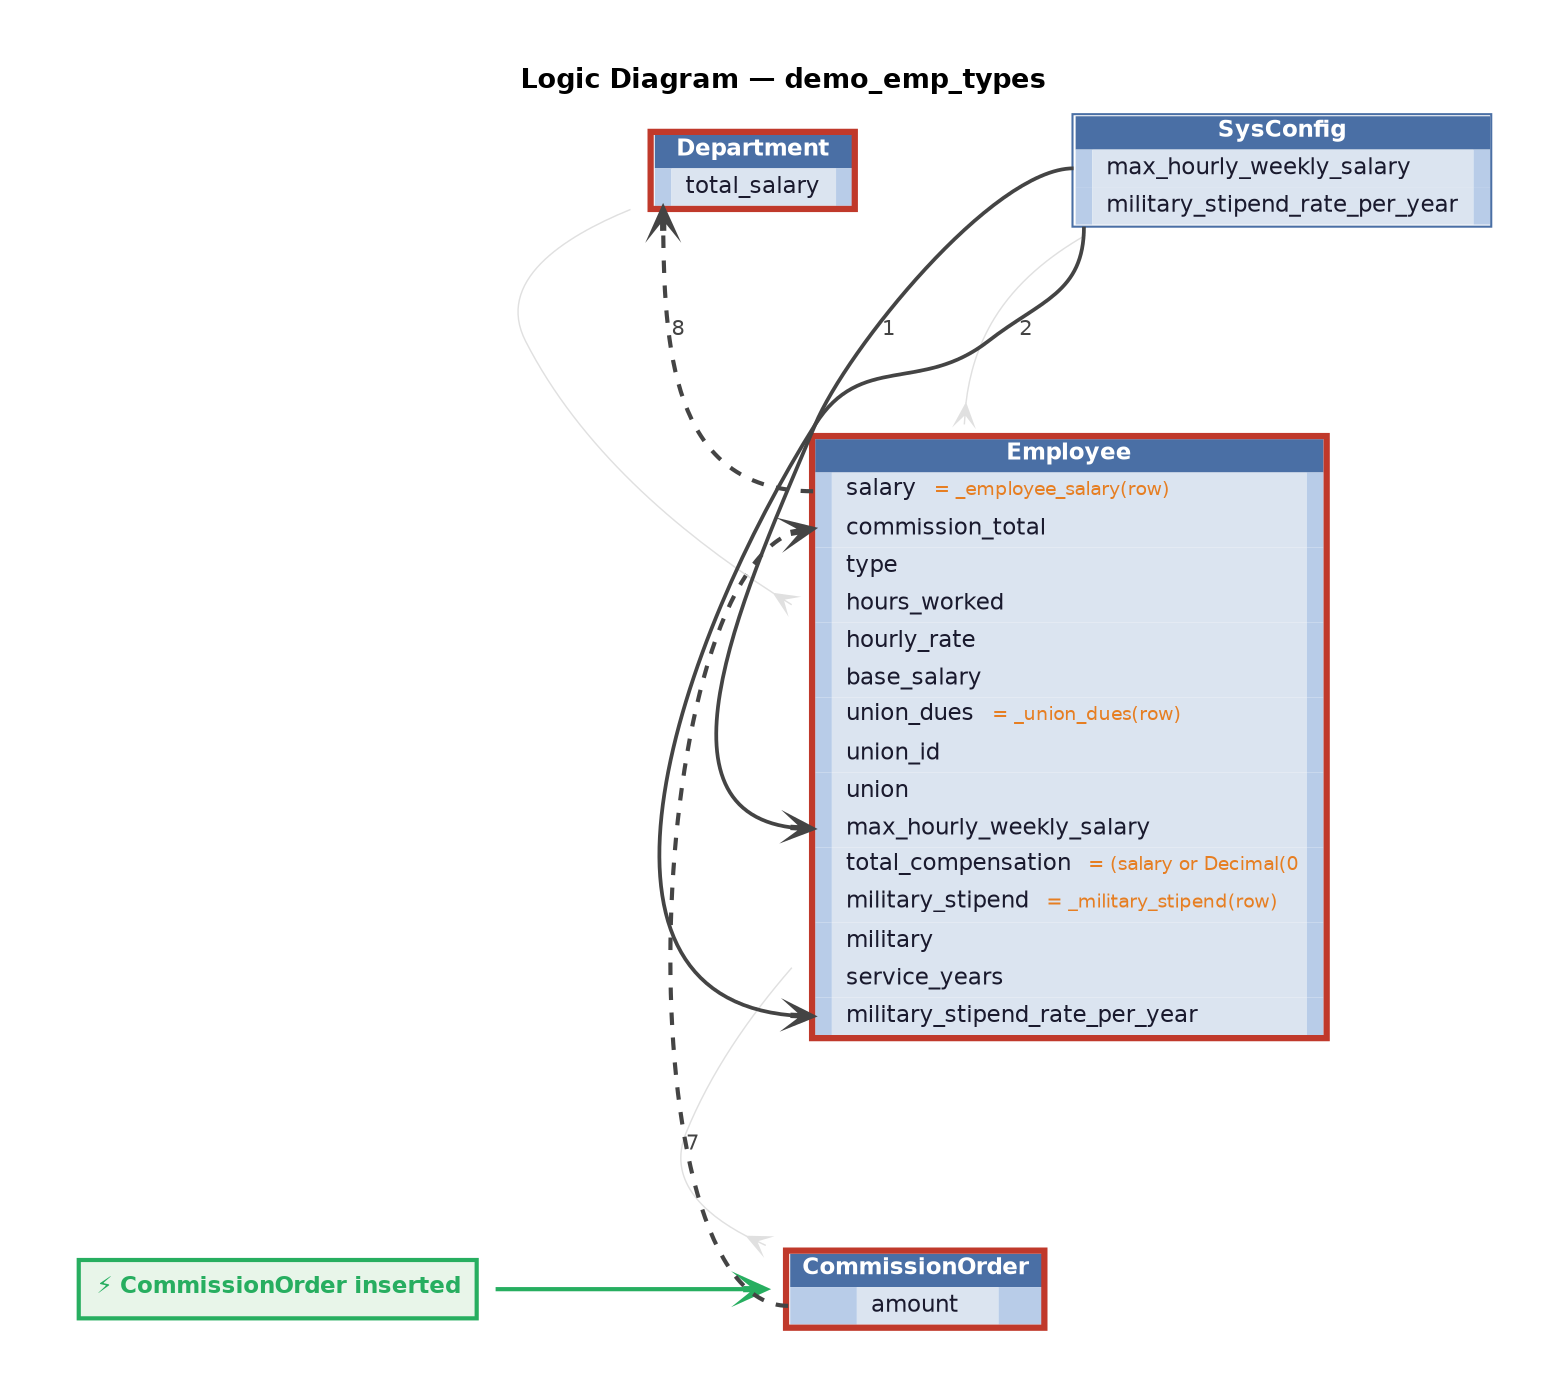
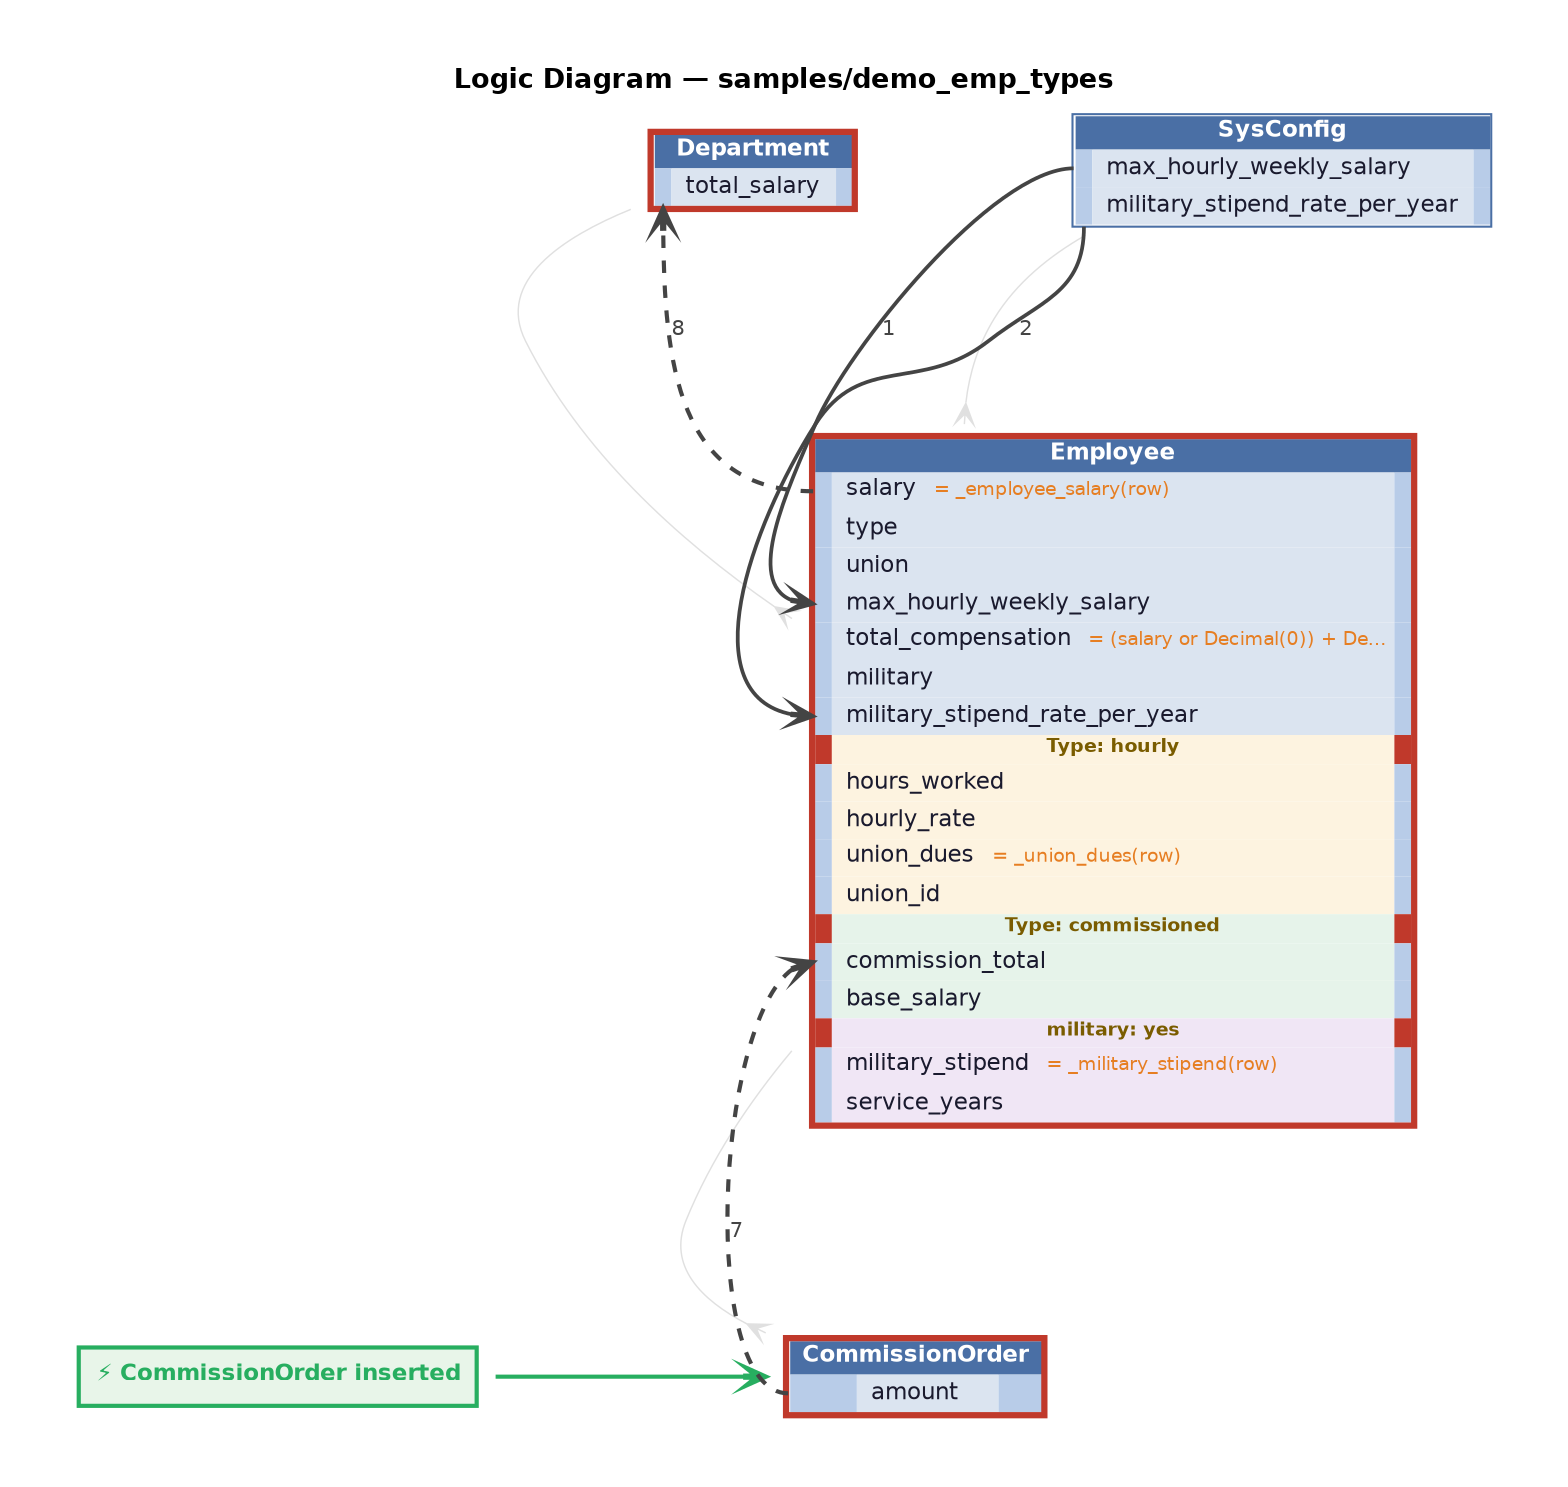
digraph logic {
  graph [rankdir=TB, fontname="Helvetica", fontsize=13,
-          label=<<B>Logic Diagram — demo_emp_types</B>>, labelloc=t,
+          label=<<B>Logic Diagram — samples/demo_emp_types</B>>, labelloc=t,
         pad=0.4, nodesep=0.90, ranksep=1.10, bgcolor="white",
         splines=spline]
  node  [fontname="Helvetica", fontsize=11, shape=plaintext]
  edge  [fontname="Helvetica", fontsize=10]

  // ── trigger ─────────────────────────────────────────────────────
  TRIGGER [label=<<TABLE BORDER="2" CELLBORDER="0" CELLPADDING="5" BGCOLOR="#e8f5e9" COLOR="#27ae60"><TR><TD><FONT COLOR="#27ae60"><B>&#9889; CommissionOrder inserted</B></FONT></TD></TR></TABLE>>, shape=plaintext]

  // ── schema layer ──────────────────────────────────────────────────
  CommissionOrder [label=<<TABLE BORDER="3" CELLBORDER="0" CELLSPACING="0" COLOR="#c0392b"><TR><TD COLSPAN="3" BGCOLOR="#4a6fa5"><FONT COLOR="white"><B> CommissionOrder </B></FONT></TD></TR><TR><TD PORT="CommissionOrder_amount_w" WIDTH="6" HEIGHT="18" BGCOLOR="#b8cce8"> </TD><TD PORT="CommissionOrder_amount" ALIGN="LEFT" BGCOLOR="#dbe4f0" CELLPADDING="3"><FONT COLOR="#1a1a2e"> amount </FONT></TD><TD PORT="CommissionOrder_amount_e" WIDTH="6" HEIGHT="18" BGCOLOR="#b8cce8"> </TD></TR></TABLE>>]
  Department [label=<<TABLE BORDER="3" CELLBORDER="0" CELLSPACING="0" COLOR="#c0392b"><TR><TD COLSPAN="3" BGCOLOR="#4a6fa5"><FONT COLOR="white"><B> Department </B></FONT></TD></TR><TR><TD PORT="Department_total_salary_w" WIDTH="6" HEIGHT="18" BGCOLOR="#b8cce8"> </TD><TD PORT="Department_total_salary" ALIGN="LEFT" BGCOLOR="#dbe4f0" CELLPADDING="3"><FONT COLOR="#1a1a2e"> total_salary </FONT></TD><TD PORT="Department_total_salary_e" WIDTH="6" HEIGHT="18" BGCOLOR="#b8cce8"> </TD></TR></TABLE>>]
-   Employee [label=<<TABLE BORDER="3" CELLBORDER="0" CELLSPACING="0" COLOR="#c0392b"><TR><TD COLSPAN="3" BGCOLOR="#4a6fa5"><FONT COLOR="white"><B> Employee </B></FONT></TD></TR><TR><TD PORT="Employee_salary_w" WIDTH="6" HEIGHT="18" BGCOLOR="#b8cce8"> </TD><TD PORT="Employee_salary" ALIGN="LEFT" BGCOLOR="#dbe4f0" CELLPADDING="3"><FONT COLOR="#1a1a2e"> salary </FONT> <FONT COLOR="#e67e22" POINT-SIZE="9">= _employee_salary(row)</FONT></TD><TD PORT="Employee_salary_e" WIDTH="6" HEIGHT="18" BGCOLOR="#b8cce8"> </TD></TR><TR><TD PORT="Employee_commission_total_w" WIDTH="6" HEIGHT="18" BGCOLOR="#b8cce8"> </TD><TD PORT="Employee_commission_total" ALIGN="LEFT" BGCOLOR="#dbe4f0" CELLPADDING="3"><FONT COLOR="#1a1a2e"> commission_total </FONT></TD><TD PORT="Employee_commission_total_e" WIDTH="6" HEIGHT="18" BGCOLOR="#b8cce8"> </TD></TR><TR><TD PORT="Employee_type_w" WIDTH="6" HEIGHT="18" BGCOLOR="#b8cce8"> </TD><TD PORT="Employee_type" ALIGN="LEFT" BGCOLOR="#dbe4f0" CELLPADDING="3"><FONT COLOR="#1a1a2e"> type </FONT></TD><TD PORT="Employee_type_e" WIDTH="6" HEIGHT="18" BGCOLOR="#b8cce8"> </TD></TR><TR><TD PORT="Employee_hours_worked_w" WIDTH="6" HEIGHT="18" BGCOLOR="#b8cce8"> </TD><TD PORT="Employee_hours_worked" ALIGN="LEFT" BGCOLOR="#dbe4f0" CELLPADDING="3"><FONT COLOR="#1a1a2e"> hours_worked </FONT></TD><TD PORT="Employee_hours_worked_e" WIDTH="6" HEIGHT="18" BGCOLOR="#b8cce8"> </TD></TR><TR><TD PORT="Employee_hourly_rate_w" WIDTH="6" HEIGHT="18" BGCOLOR="#b8cce8"> </TD><TD PORT="Employee_hourly_rate" ALIGN="LEFT" BGCOLOR="#dbe4f0" CELLPADDING="3"><FONT COLOR="#1a1a2e"> hourly_rate </FONT></TD><TD PORT="Employee_hourly_rate_e" WIDTH="6" HEIGHT="18" BGCOLOR="#b8cce8"> </TD></TR><TR><TD PORT="Employee_base_salary_w" WIDTH="6" HEIGHT="18" BGCOLOR="#b8cce8"> </TD><TD PORT="Employee_base_salary" ALIGN="LEFT" BGCOLOR="#dbe4f0" CELLPADDING="3"><FONT COLOR="#1a1a2e"> base_salary </FONT></TD><TD PORT="Employee_base_salary_e" WIDTH="6" HEIGHT="18" BGCOLOR="#b8cce8"> </TD></TR><TR><TD PORT="Employee_union_dues_w" WIDTH="6" HEIGHT="18" BGCOLOR="#b8cce8"> </TD><TD PORT="Employee_union_dues" ALIGN="LEFT" BGCOLOR="#dbe4f0" CELLPADDING="3"><FONT COLOR="#1a1a2e"> union_dues </FONT> <FONT COLOR="#e67e22" POINT-SIZE="9">= _union_dues(row)</FONT></TD><TD PORT="Employee_union_dues_e" WIDTH="6" HEIGHT="18" BGCOLOR="#b8cce8"> </TD></TR><TR><TD PORT="Employee_union_id_w" WIDTH="6" HEIGHT="18" BGCOLOR="#b8cce8"> </TD><TD PORT="Employee_union_id" ALIGN="LEFT" BGCOLOR="#dbe4f0" CELLPADDING="3"><FONT COLOR="#1a1a2e"> union_id </FONT></TD><TD PORT="Employee_union_id_e" WIDTH="6" HEIGHT="18" BGCOLOR="#b8cce8"> </TD></TR><TR><TD PORT="Employee_union_w" WIDTH="6" HEIGHT="18" BGCOLOR="#b8cce8"> </TD><TD PORT="Employee_union" ALIGN="LEFT" BGCOLOR="#dbe4f0" CELLPADDING="3"><FONT COLOR="#1a1a2e"> union </FONT></TD><TD PORT="Employee_union_e" WIDTH="6" HEIGHT="18" BGCOLOR="#b8cce8"> </TD></TR><TR><TD PORT="Employee_max_hourly_weekly_salary_w" WIDTH="6" HEIGHT="18" BGCOLOR="#b8cce8"> </TD><TD PORT="Employee_max_hourly_weekly_salary" ALIGN="LEFT" BGCOLOR="#dbe4f0" CELLPADDING="3"><FONT COLOR="#1a1a2e"> max_hourly_weekly_salary </FONT></TD><TD PORT="Employee_max_hourly_weekly_salary_e" WIDTH="6" HEIGHT="18" BGCOLOR="#b8cce8"> </TD></TR><TR><TD PORT="Employee_total_compensation_w" WIDTH="6" HEIGHT="18" BGCOLOR="#b8cce8"> </TD><TD PORT="Employee_total_compensation" ALIGN="LEFT" BGCOLOR="#dbe4f0" CELLPADDING="3"><FONT COLOR="#1a1a2e"> total_compensation </FONT> <FONT COLOR="#e67e22" POINT-SIZE="9">= (salary or Decimal(0</FONT></TD><TD PORT="Employee_total_compensation_e" WIDTH="6" HEIGHT="18" BGCOLOR="#b8cce8"> </TD></TR><TR><TD PORT="Employee_military_stipend_w" WIDTH="6" HEIGHT="18" BGCOLOR="#b8cce8"> </TD><TD PORT="Employee_military_stipend" ALIGN="LEFT" BGCOLOR="#dbe4f0" CELLPADDING="3"><FONT COLOR="#1a1a2e"> military_stipend </FONT> <FONT COLOR="#e67e22" POINT-SIZE="9">= _military_stipend(row)</FONT></TD><TD PORT="Employee_military_stipend_e" WIDTH="6" HEIGHT="18" BGCOLOR="#b8cce8"> </TD></TR><TR><TD PORT="Employee_military_w" WIDTH="6" HEIGHT="18" BGCOLOR="#b8cce8"> </TD><TD PORT="Employee_military" ALIGN="LEFT" BGCOLOR="#dbe4f0" CELLPADDING="3"><FONT COLOR="#1a1a2e"> military </FONT></TD><TD PORT="Employee_military_e" WIDTH="6" HEIGHT="18" BGCOLOR="#b8cce8"> </TD></TR><TR><TD PORT="Employee_service_years_w" WIDTH="6" HEIGHT="18" BGCOLOR="#b8cce8"> </TD><TD PORT="Employee_service_years" ALIGN="LEFT" BGCOLOR="#dbe4f0" CELLPADDING="3"><FONT COLOR="#1a1a2e"> service_years </FONT></TD><TD PORT="Employee_service_years_e" WIDTH="6" HEIGHT="18" BGCOLOR="#b8cce8"> </TD></TR><TR><TD PORT="Employee_military_stipend_rate_per_year_w" WIDTH="6" HEIGHT="18" BGCOLOR="#b8cce8"> </TD><TD PORT="Employee_military_stipend_rate_per_year" ALIGN="LEFT" BGCOLOR="#dbe4f0" CELLPADDING="3"><FONT COLOR="#1a1a2e"> military_stipend_rate_per_year </FONT></TD><TD PORT="Employee_military_stipend_rate_per_year_e" WIDTH="6" HEIGHT="18" BGCOLOR="#b8cce8"> </TD></TR></TABLE>>]
+   Employee [label=<<TABLE BORDER="3" CELLBORDER="0" CELLSPACING="0" COLOR="#c0392b"><TR><TD COLSPAN="3" BGCOLOR="#4a6fa5"><FONT COLOR="white"><B> Employee </B></FONT></TD></TR><TR><TD PORT="Employee_salary_w" WIDTH="6" HEIGHT="18" BGCOLOR="#b8cce8"> </TD><TD PORT="Employee_salary" ALIGN="LEFT" BGCOLOR="#dbe4f0" CELLPADDING="3"><FONT COLOR="#1a1a2e"> salary </FONT> <FONT COLOR="#e67e22" POINT-SIZE="9">= _employee_salary(row)</FONT></TD><TD PORT="Employee_salary_e" WIDTH="6" HEIGHT="18" BGCOLOR="#b8cce8"> </TD></TR><TR><TD PORT="Employee_type_w" WIDTH="6" HEIGHT="18" BGCOLOR="#b8cce8"> </TD><TD PORT="Employee_type" ALIGN="LEFT" BGCOLOR="#dbe4f0" CELLPADDING="3"><FONT COLOR="#1a1a2e"> type </FONT></TD><TD PORT="Employee_type_e" WIDTH="6" HEIGHT="18" BGCOLOR="#b8cce8"> </TD></TR><TR><TD PORT="Employee_union_w" WIDTH="6" HEIGHT="18" BGCOLOR="#b8cce8"> </TD><TD PORT="Employee_union" ALIGN="LEFT" BGCOLOR="#dbe4f0" CELLPADDING="3"><FONT COLOR="#1a1a2e"> union </FONT></TD><TD PORT="Employee_union_e" WIDTH="6" HEIGHT="18" BGCOLOR="#b8cce8"> </TD></TR><TR><TD PORT="Employee_max_hourly_weekly_salary_w" WIDTH="6" HEIGHT="18" BGCOLOR="#b8cce8"> </TD><TD PORT="Employee_max_hourly_weekly_salary" ALIGN="LEFT" BGCOLOR="#dbe4f0" CELLPADDING="3"><FONT COLOR="#1a1a2e"> max_hourly_weekly_salary </FONT></TD><TD PORT="Employee_max_hourly_weekly_salary_e" WIDTH="6" HEIGHT="18" BGCOLOR="#b8cce8"> </TD></TR><TR><TD PORT="Employee_total_compensation_w" WIDTH="6" HEIGHT="18" BGCOLOR="#b8cce8"> </TD><TD PORT="Employee_total_compensation" ALIGN="LEFT" BGCOLOR="#dbe4f0" CELLPADDING="3"><FONT COLOR="#1a1a2e"> total_compensation </FONT> <FONT COLOR="#e67e22" POINT-SIZE="9">= (salary or Decimal(0)) + De...</FONT></TD><TD PORT="Employee_total_compensation_e" WIDTH="6" HEIGHT="18" BGCOLOR="#b8cce8"> </TD></TR><TR><TD PORT="Employee_military_w" WIDTH="6" HEIGHT="18" BGCOLOR="#b8cce8"> </TD><TD PORT="Employee_military" ALIGN="LEFT" BGCOLOR="#dbe4f0" CELLPADDING="3"><FONT COLOR="#1a1a2e"> military </FONT></TD><TD PORT="Employee_military_e" WIDTH="6" HEIGHT="18" BGCOLOR="#b8cce8"> </TD></TR><TR><TD PORT="Employee_military_stipend_rate_per_year_w" WIDTH="6" HEIGHT="18" BGCOLOR="#b8cce8"> </TD><TD PORT="Employee_military_stipend_rate_per_year" ALIGN="LEFT" BGCOLOR="#dbe4f0" CELLPADDING="3"><FONT COLOR="#1a1a2e"> military_stipend_rate_per_year </FONT></TD><TD PORT="Employee_military_stipend_rate_per_year_e" WIDTH="6" HEIGHT="18" BGCOLOR="#b8cce8"> </TD></TR><TR><TD BGCOLOR="#c0392b"></TD><TD BGCOLOR="#fdf3e0" CELLPADDING="2"><FONT COLOR="#7a5c00" POINT-SIZE="9"><B> Type: hourly </B></FONT></TD><TD BGCOLOR="#c0392b"></TD></TR><TR><TD PORT="Employee_hours_worked_w" WIDTH="6" HEIGHT="18" BGCOLOR="#b8cce8"> </TD><TD PORT="Employee_hours_worked" ALIGN="LEFT" BGCOLOR="#fdf3e0" CELLPADDING="3"><FONT COLOR="#1a1a2e"> hours_worked </FONT></TD><TD PORT="Employee_hours_worked_e" WIDTH="6" HEIGHT="18" BGCOLOR="#b8cce8"> </TD></TR><TR><TD PORT="Employee_hourly_rate_w" WIDTH="6" HEIGHT="18" BGCOLOR="#b8cce8"> </TD><TD PORT="Employee_hourly_rate" ALIGN="LEFT" BGCOLOR="#fdf3e0" CELLPADDING="3"><FONT COLOR="#1a1a2e"> hourly_rate </FONT></TD><TD PORT="Employee_hourly_rate_e" WIDTH="6" HEIGHT="18" BGCOLOR="#b8cce8"> </TD></TR><TR><TD PORT="Employee_union_dues_w" WIDTH="6" HEIGHT="18" BGCOLOR="#b8cce8"> </TD><TD PORT="Employee_union_dues" ALIGN="LEFT" BGCOLOR="#fdf3e0" CELLPADDING="3"><FONT COLOR="#1a1a2e"> union_dues </FONT> <FONT COLOR="#e67e22" POINT-SIZE="9">= _union_dues(row)</FONT></TD><TD PORT="Employee_union_dues_e" WIDTH="6" HEIGHT="18" BGCOLOR="#b8cce8"> </TD></TR><TR><TD PORT="Employee_union_id_w" WIDTH="6" HEIGHT="18" BGCOLOR="#b8cce8"> </TD><TD PORT="Employee_union_id" ALIGN="LEFT" BGCOLOR="#fdf3e0" CELLPADDING="3"><FONT COLOR="#1a1a2e"> union_id </FONT></TD><TD PORT="Employee_union_id_e" WIDTH="6" HEIGHT="18" BGCOLOR="#b8cce8"> </TD></TR><TR><TD BGCOLOR="#c0392b"></TD><TD BGCOLOR="#e6f3ea" CELLPADDING="2"><FONT COLOR="#7a5c00" POINT-SIZE="9"><B> Type: commissioned </B></FONT></TD><TD BGCOLOR="#c0392b"></TD></TR><TR><TD PORT="Employee_commission_total_w" WIDTH="6" HEIGHT="18" BGCOLOR="#b8cce8"> </TD><TD PORT="Employee_commission_total" ALIGN="LEFT" BGCOLOR="#e6f3ea" CELLPADDING="3"><FONT COLOR="#1a1a2e"> commission_total </FONT></TD><TD PORT="Employee_commission_total_e" WIDTH="6" HEIGHT="18" BGCOLOR="#b8cce8"> </TD></TR><TR><TD PORT="Employee_base_salary_w" WIDTH="6" HEIGHT="18" BGCOLOR="#b8cce8"> </TD><TD PORT="Employee_base_salary" ALIGN="LEFT" BGCOLOR="#e6f3ea" CELLPADDING="3"><FONT COLOR="#1a1a2e"> base_salary </FONT></TD><TD PORT="Employee_base_salary_e" WIDTH="6" HEIGHT="18" BGCOLOR="#b8cce8"> </TD></TR><TR><TD BGCOLOR="#c0392b"></TD><TD BGCOLOR="#f0e6f5" CELLPADDING="2"><FONT COLOR="#7a5c00" POINT-SIZE="9"><B> military: yes </B></FONT></TD><TD BGCOLOR="#c0392b"></TD></TR><TR><TD PORT="Employee_military_stipend_w" WIDTH="6" HEIGHT="18" BGCOLOR="#b8cce8"> </TD><TD PORT="Employee_military_stipend" ALIGN="LEFT" BGCOLOR="#f0e6f5" CELLPADDING="3"><FONT COLOR="#1a1a2e"> military_stipend </FONT> <FONT COLOR="#e67e22" POINT-SIZE="9">= _military_stipend(row)</FONT></TD><TD PORT="Employee_military_stipend_e" WIDTH="6" HEIGHT="18" BGCOLOR="#b8cce8"> </TD></TR><TR><TD PORT="Employee_service_years_w" WIDTH="6" HEIGHT="18" BGCOLOR="#b8cce8"> </TD><TD PORT="Employee_service_years" ALIGN="LEFT" BGCOLOR="#f0e6f5" CELLPADDING="3"><FONT COLOR="#1a1a2e"> service_years </FONT></TD><TD PORT="Employee_service_years_e" WIDTH="6" HEIGHT="18" BGCOLOR="#b8cce8"> </TD></TR></TABLE>>]
  SysConfig [label=<<TABLE BORDER="1" CELLBORDER="0" CELLSPACING="0" COLOR="#4a6fa5"><TR><TD COLSPAN="3" BGCOLOR="#4a6fa5"><FONT COLOR="white"><B> SysConfig </B></FONT></TD></TR><TR><TD PORT="SysConfig_max_hourly_weekly_salary_w" WIDTH="6" HEIGHT="18" BGCOLOR="#b8cce8"> </TD><TD PORT="SysConfig_max_hourly_weekly_salary" ALIGN="LEFT" BGCOLOR="#dbe4f0" CELLPADDING="3"><FONT COLOR="#1a1a2e"> max_hourly_weekly_salary </FONT></TD><TD PORT="SysConfig_max_hourly_weekly_salary_e" WIDTH="6" HEIGHT="18" BGCOLOR="#b8cce8"> </TD></TR><TR><TD PORT="SysConfig_military_stipend_rate_per_year_w" WIDTH="6" HEIGHT="18" BGCOLOR="#b8cce8"> </TD><TD PORT="SysConfig_military_stipend_rate_per_year" ALIGN="LEFT" BGCOLOR="#dbe4f0" CELLPADDING="3"><FONT COLOR="#1a1a2e"> military_stipend_rate_per_year </FONT></TD><TD PORT="SysConfig_military_stipend_rate_per_year_e" WIDTH="6" HEIGHT="18" BGCOLOR="#b8cce8"> </TD></TR></TABLE>>]
  // ── rank groupings ────────────────────────────────────────────────
  { rank=min; Department; SysConfig }
  { rank=same; Employee }
  { rank=max; CommissionOrder; TRIGGER }

  // ── FK relationships ───────────────────────────────────────────
  CommissionOrder -> Employee [color="#e0e0e0", style=solid, arrowhead=none, arrowtail=crow, dir=both, penwidth=0.7, constraint=false, weight=1]
  Employee -> Department [color="#e0e0e0", style=solid, arrowhead=none, arrowtail=crow, dir=both, penwidth=0.7, constraint=false, weight=1]
  Employee -> SysConfig [color="#e0e0e0", style=solid, arrowhead=none, arrowtail=crow, dir=both, penwidth=0.7, constraint=false, weight=1]

  // ── trigger edge ──────────────────────────────────────────────
  TRIGGER -> CommissionOrder [color="#27ae60", style=bold, arrowhead=vee, penwidth=2, weight=10]

  // ── logic edges ────────────────────────────────────────────────────
  SysConfig:SysConfig_max_hourly_weekly_salary_w -> Employee:Employee_max_hourly_weekly_salary_w [label="1", color="#444444", fontcolor="#444444", arrowhead=vee, penwidth=1.8, weight=8]
  SysConfig:SysConfig_military_stipend_rate_per_year_w -> Employee:Employee_military_stipend_rate_per_year_w [label="2", color="#444444", fontcolor="#444444", arrowhead=vee, penwidth=1.8, weight=8]
  // INTRA:Employee:commission_total:salary:3:0
  // INTRA:Employee:base_salary:salary:3:1
  // INTRA:Employee:union:union_dues:4:2
  // INTRA:Employee:salary:total_compensation:5:3
  // INTRA:Employee:military_stipend_rate_per_year:military_stipend:6:4
  CommissionOrder:CommissionOrder_amount_w -> Employee:Employee_commission_total_w [label="7", color="#444444", fontcolor="#444444", arrowhead=vee, penwidth=2, style=dashed, weight=8]
  Employee:Employee_salary_w -> Department:Department_total_salary_w [label="8", color="#444444", fontcolor="#444444", arrowhead=vee, penwidth=2, style=dashed, weight=8]
}